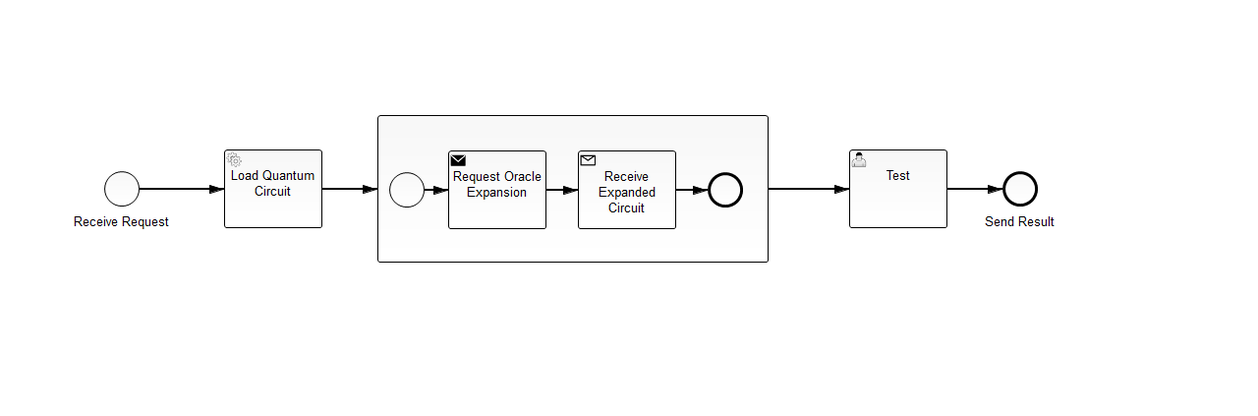
Earlier version of the BPMN export process-model/src/main/resources/simons-algorithm.png (UST-QuAntiL/QuantME-UseCases). Its source is kept beside it as process-model/src/main/resources/simons-algorithm.bpmn. Ids are renumbered.
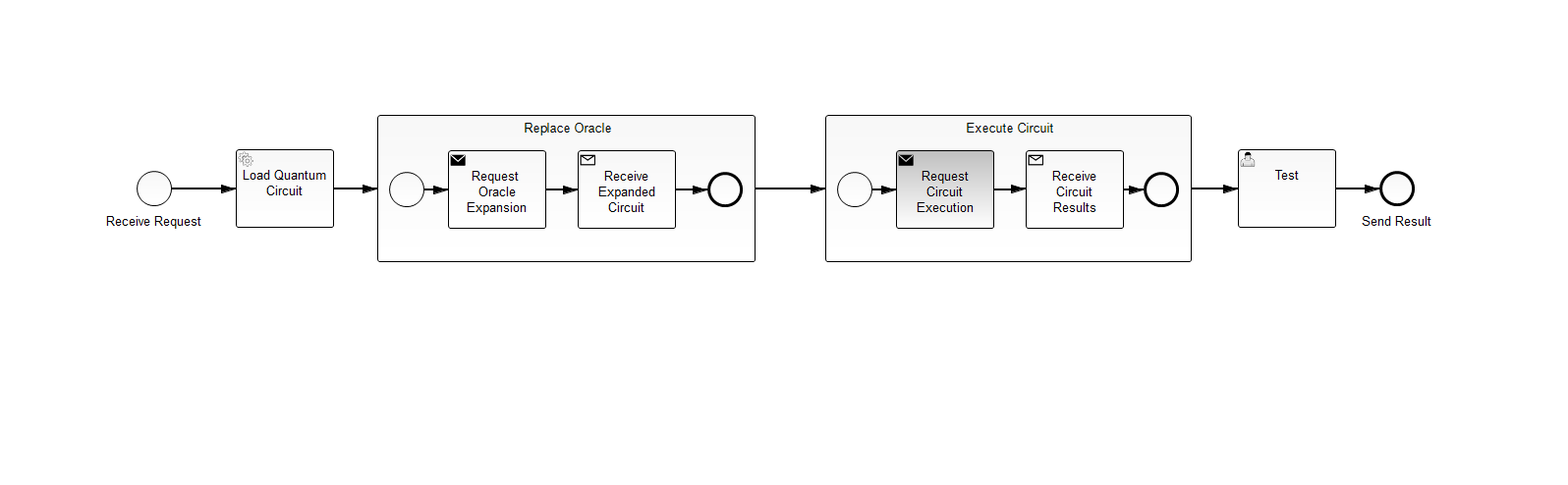
The same file after the commit.

Commit message:
Add first implementation of execution service

Diff of the diagram source:
```diff
@@ -1,24 +1,6 @@
 <bpmn2:definitions xmlns:xsi="http://www.w3.org/2001/XMLSchema-instance" xmlns:bpmn2="http://www.omg.org/spec/BPMN/20100524/MODEL" xmlns:bpmndi="http://www.omg.org/spec/BPMN/20100524/DI" xmlns:camunda="http://camunda.org/schema/1.0/bpmn" xmlns:dc="http://www.omg.org/spec/DD/20100524/DC" xmlns:di="http://www.omg.org/spec/DD/20100524/DI" xsi:schemaLocation="http://www.omg.org/spec/BPMN/20100524/MODEL BPMN20.xsd" id="_-u90QLojEeq3kdaVX7setA" exporter="camunda modeler" exporterVersion="3.0.0" targetNamespace="http://camunda.org/schema/1.0/bpmn">
   <bpmn2:process id="simons-algorithm" name="Simon's Algorithm" isExecutable="true">
-    <bpmn2:serviceTask id="ServiceTask_1" camunda:class="org.quantil.quantme.simon.tasks.LoadQuantumCircuitDelegate" name="Load Quantum&#xD;&#xA;Circuit">
-      <bpmn2:extensionElements>
-        <camunda:inputOutput>
-          <camunda:inputParameter name="URL">https://raw.githubusercontent.com/UST-QuAntiL/QuantME-UseCase/master/circuits/simon-base.py</camunda:inputParameter>
-          <camunda:outputParameter name="ServiceTask_1_CircuitId">${CircuitId}</camunda:outputParameter>
-          <camunda:outputParameter name="ServiceTask_1_QuantumCircuit">${QuantumCircuit}</camunda:outputParameter>
-          <camunda:outputParameter name="ServiceTask_1_ProgrammingLanguage">${ProgrammingLanguage}</camunda:outputParameter>
-          <camunda:outputParameter name="ServiceTask_1_ExecutionResult">${ExecutionResult}</camunda:outputParameter>
-        </camunda:inputOutput>
-      </bpmn2:extensionElements>
-      <bpmn2:incoming>SequenceFlow_1</bpmn2:incoming>
-      <bpmn2:outgoing>SequenceFlow_3</bpmn2:outgoing>
-    </bpmn2:serviceTask>
-    <bpmn2:sequenceFlow id="SequenceFlow_3" name="" sourceRef="ServiceTask_1" targetRef="SubProcess_1"/>
-    <bpmn2:startEvent id="StartEvent_1" camunda:formKey="embedded:app:forms/request-simons-algorithm.html" name="Receive Request">
-      <bpmn2:outgoing>SequenceFlow_1</bpmn2:outgoing>
-    </bpmn2:startEvent>
-    <bpmn2:sequenceFlow id="SequenceFlow_1" name="" sourceRef="StartEvent_1" targetRef="ServiceTask_1"/>
-    <bpmn2:subProcess id="SubProcess_1">
+    <bpmn2:subProcess id="SubProcess_1" name="Replace Oracle">
       <bpmn2:extensionElements>
         <camunda:inputOutput>
           <camunda:inputParameter name="QuantumProgrammingLanguage">Qiskit</camunda:inputParameter>
@@ -38,7 +20,7 @@
       <bpmn2:startEvent id="StartEvent_2">
         <bpmn2:outgoing>SequenceFlow_5</bpmn2:outgoing>
       </bpmn2:startEvent>
-      <bpmn2:sendTask id="SendTask_1" camunda:class="org.quantil.quantme.simon.tasks.RequestOracleExpansionTask" name="Request Oracle&#xD;&#xA;Expansion">
+      <bpmn2:sendTask id="SendTask_1" camunda:class="org.quantil.quantme.simon.tasks.RequestOracleExpansionTask" name="Request &#xD;&#xA;Oracle&#xD;&#xA;Expansion">
         <bpmn2:incoming>SequenceFlow_5</bpmn2:incoming>
         <bpmn2:outgoing>SequenceFlow_6</bpmn2:outgoing>
       </bpmn2:sendTask>
@@ -53,66 +35,122 @@
       </bpmn2:receiveTask>
       <bpmn2:sequenceFlow id="SequenceFlow_7" name="" sourceRef="ReceiveTask_1" targetRef="EndEvent_2"/>
     </bpmn2:subProcess>
-    <bpmn2:sequenceFlow id="SequenceFlow_4" name="" sourceRef="SubProcess_1" targetRef="UserTask_1"/>
+    <bpmn2:sequenceFlow id="SequenceFlow_4" name="" sourceRef="SubProcess_1" targetRef="SubProcess_2"/>
+    <bpmn2:subProcess id="SubProcess_2" name="Execute Circuit">
+      <bpmn2:extensionElements>
+        <camunda:inputOutput>
+          <camunda:inputParameter name="QuantumProgrammingLanguage">Qiskit</camunda:inputParameter>
+          <camunda:inputParameter name="Provider">IBM</camunda:inputParameter>
+          <camunda:inputParameter name="QPU">ibmq_rome</camunda:inputParameter>
+          <camunda:inputParameter name="CircuitId">${SubProcess_1_CircuitId}</camunda:inputParameter>
+          <camunda:inputParameter name="QuantumCircuit">${SubProcess_1_QuantumCircuit}</camunda:inputParameter>
+          <camunda:inputParameter name="ProgrammingLanguage">${SubProcess_1_ProgrammingLanguage}</camunda:inputParameter>
+          <camunda:inputParameter name="ExecutionResult">${SubProcess_1_ExecutionResult}</camunda:inputParameter>
+          <camunda:outputParameter name="SubProcess_2_CircuitId">${CircuitId}</camunda:outputParameter>
+          <camunda:outputParameter name="SubProcess_2_QuantumCircuit">${QuantumCircuit}</camunda:outputParameter>
+          <camunda:outputParameter name="SubProcess_2_ProgrammingLanguage">${ProgrammingLanguage}</camunda:outputParameter>
+          <camunda:outputParameter name="SubProcess_2_ExecutionResult">${ExecutionResult}</camunda:outputParameter>
+        </camunda:inputOutput>
+      </bpmn2:extensionElements>
+      <bpmn2:incoming>SequenceFlow_4</bpmn2:incoming>
+      <bpmn2:outgoing>SequenceFlow_8</bpmn2:outgoing>
+      <bpmn2:startEvent id="StartEvent_3">
+        <bpmn2:outgoing>SequenceFlow_9</bpmn2:outgoing>
+      </bpmn2:startEvent>
+      <bpmn2:sendTask id="SendTask_2" camunda:class="org.quantil.quantme.simon.tasks.RequestQuantumCircuitExecutionTask" name="Request&#xD;&#xA;Circuit&#xD;&#xA;Execution">
+        <bpmn2:incoming>SequenceFlow_9</bpmn2:incoming>
+        <bpmn2:outgoing>SequenceFlow_10</bpmn2:outgoing>
+      </bpmn2:sendTask>
+      <bpmn2:sequenceFlow id="SequenceFlow_9" name="" sourceRef="StartEvent_3" targetRef="SendTask_2"/>
+      <bpmn2:sequenceFlow id="SequenceFlow_10" name="" sourceRef="SendTask_2" targetRef="ReceiveTask_2"/>
+      <bpmn2:receiveTask id="ReceiveTask_2" name="Receive&#xD;&#xA;Circuit&#xD;&#xA;Results" messageRef="Message_n2">
+        <bpmn2:incoming>SequenceFlow_10</bpmn2:incoming>
+        <bpmn2:outgoing>SequenceFlow_11</bpmn2:outgoing>
+      </bpmn2:receiveTask>
+      <bpmn2:endEvent id="EndEvent_3">
+        <bpmn2:incoming>SequenceFlow_11</bpmn2:incoming>
+      </bpmn2:endEvent>
+      <bpmn2:sequenceFlow id="SequenceFlow_11" name="" sourceRef="ReceiveTask_2" targetRef="EndEvent_3"/>
+    </bpmn2:subProcess>
+    <bpmn2:sequenceFlow id="SequenceFlow_8" name="" sourceRef="SubProcess_2" targetRef="UserTask_1"/>
     <bpmn2:endEvent id="EndEvent_1" name="Send Result">
       <bpmn2:incoming>SequenceFlow_2</bpmn2:incoming>
     </bpmn2:endEvent>
+    <bpmn2:serviceTask id="ServiceTask_1" camunda:class="org.quantil.quantme.simon.tasks.LoadQuantumCircuitDelegate" name="Load Quantum&#xD;&#xA;Circuit">
+      <bpmn2:extensionElements>
+        <camunda:inputOutput>
+          <camunda:inputParameter name="URL">https://raw.githubusercontent.com/UST-QuAntiL/QuantME-UseCase/master/circuits/simon-base.py</camunda:inputParameter>
+          <camunda:outputParameter name="ServiceTask_1_CircuitId">${CircuitId}</camunda:outputParameter>
+          <camunda:outputParameter name="ServiceTask_1_QuantumCircuit">${QuantumCircuit}</camunda:outputParameter>
+          <camunda:outputParameter name="ServiceTask_1_ProgrammingLanguage">${ProgrammingLanguage}</camunda:outputParameter>
+          <camunda:outputParameter name="ServiceTask_1_ExecutionResult">${ExecutionResult}</camunda:outputParameter>
+        </camunda:inputOutput>
+      </bpmn2:extensionElements>
+      <bpmn2:incoming>SequenceFlow_1</bpmn2:incoming>
+      <bpmn2:outgoing>SequenceFlow_3</bpmn2:outgoing>
+    </bpmn2:serviceTask>
+    <bpmn2:sequenceFlow id="SequenceFlow_3" name="" sourceRef="ServiceTask_1" targetRef="SubProcess_1"/>
+    <bpmn2:startEvent id="StartEvent_1" camunda:formKey="embedded:app:forms/request-simons-algorithm.html" name="Receive Request">
+      <bpmn2:outgoing>SequenceFlow_1</bpmn2:outgoing>
+    </bpmn2:startEvent>
+    <bpmn2:sequenceFlow id="SequenceFlow_1" name="" sourceRef="StartEvent_1" targetRef="ServiceTask_1"/>
     <bpmn2:userTask id="UserTask_1" camunda:assignee="TestUser" name="Test">
-      <bpmn2:incoming>SequenceFlow_4</bpmn2:incoming>
+      <bpmn2:incoming>SequenceFlow_8</bpmn2:incoming>
       <bpmn2:outgoing>SequenceFlow_2</bpmn2:outgoing>
     </bpmn2:userTask>
     <bpmn2:sequenceFlow id="SequenceFlow_2" name="" sourceRef="UserTask_1" targetRef="EndEvent_1"/>
   </bpmn2:process>
-  <bpmn2:message id="Message_n1" name="requestOracleExpansionTask_${execution.processInstanceId}" />
+  <bpmn2:message id="Message_n1" name="requestOracleExpansionTask_${execution.processInstanceId}"/>
+  <bpmn2:message id="Message_n2" name="requestCircuitExecutionTask_${execution.processInstanceId}"/>
   <bpmndi:BPMNDiagram id="BPMNDiagram_1">
     <bpmndi:BPMNPlane id="BPMNPlane_1" bpmnElement="simons-algorithm">
       <bpmndi:BPMNShape id="_BPMNShape_StartEvent_2" bpmnElement="StartEvent_1">
-        <dc:Bounds height="36.0" width="36.0" x="106.0" y="174.0"/>
+        <dc:Bounds height="36.0" width="36.0" x="139.0" y="174.0"/>
         <bpmndi:BPMNLabel>
-          <dc:Bounds height="22.0" width="103.0" x="73.0" y="215.0"/>
+          <dc:Bounds height="22.0" width="103.0" x="106.0" y="215.0"/>
         </bpmndi:BPMNLabel>
       </bpmndi:BPMNShape>
       <bpmndi:BPMNShape id="_BPMNShape_UserTask_2" bpmnElement="UserTask_1">
-        <dc:Bounds height="80.0" width="100.0" x="864.0" y="152.0"/>
+        <dc:Bounds height="80.0" width="100.0" x="1260.0" y="152.0"/>
       </bpmndi:BPMNShape>
       <bpmndi:BPMNShape id="_BPMNShape_EndEvent_2" bpmnElement="EndEvent_1">
-        <dc:Bounds height="36.0" width="36.0" x="1020.0" y="174.0"/>
+        <dc:Bounds height="36.0" width="36.0" x="1404.0" y="174.0"/>
         <bpmndi:BPMNLabel>
-          <dc:Bounds height="22.0" width="77.0" x="1000.0" y="215.0"/>
+          <dc:Bounds height="22.0" width="77.0" x="1384.0" y="215.0"/>
         </bpmndi:BPMNLabel>
       </bpmndi:BPMNShape>
       <bpmndi:BPMNEdge id="BPMNEdge_SequenceFlow_1" bpmnElement="SequenceFlow_1" sourceElement="_BPMNShape_StartEvent_2" targetElement="_BPMNShape_ServiceTask_2">
-        <di:waypoint xsi:type="dc:Point" x="142.0" y="192.0"/>
-        <di:waypoint xsi:type="dc:Point" x="228.0" y="192.0"/>
+        <di:waypoint xsi:type="dc:Point" x="175.0" y="192.0"/>
+        <di:waypoint xsi:type="dc:Point" x="240.0" y="192.0"/>
         <bpmndi:BPMNLabel>
-          <dc:Bounds height="6.0" width="6.0" x="192.0" y="192.0"/>
+          <dc:Bounds height="6.0" width="6.0" x="225.0" y="192.0"/>
         </bpmndi:BPMNLabel>
       </bpmndi:BPMNEdge>
       <bpmndi:BPMNEdge id="BPMNEdge_SequenceFlow_2" bpmnElement="SequenceFlow_2" sourceElement="_BPMNShape_UserTask_2" targetElement="_BPMNShape_EndEvent_2">
-        <di:waypoint xsi:type="dc:Point" x="964.0" y="192.0"/>
-        <di:waypoint xsi:type="dc:Point" x="1020.0" y="192.0"/>
+        <di:waypoint xsi:type="dc:Point" x="1360.0" y="192.0"/>
+        <di:waypoint xsi:type="dc:Point" x="1404.0" y="192.0"/>
         <bpmndi:BPMNLabel>
-          <dc:Bounds height="6.0" width="6.0" x="990.0" y="192.0"/>
+          <dc:Bounds height="6.0" width="6.0" x="1365.0" y="192.0"/>
         </bpmndi:BPMNLabel>
       </bpmndi:BPMNEdge>
       <bpmndi:BPMNShape id="_BPMNShape_ServiceTask_2" bpmnElement="ServiceTask_1">
-        <dc:Bounds height="80.0" width="100.0" x="228.0" y="152.0"/>
+        <dc:Bounds height="80.0" width="100.0" x="240.0" y="152.0"/>
       </bpmndi:BPMNShape>
       <bpmndi:BPMNEdge id="BPMNEdge_SequenceFlow_3" bpmnElement="SequenceFlow_3" sourceElement="_BPMNShape_ServiceTask_2" targetElement="_BPMNShape_SubProcess_2">
-        <di:waypoint xsi:type="dc:Point" x="328.0" y="192.0"/>
+        <di:waypoint xsi:type="dc:Point" x="340.0" y="192.0"/>
         <di:waypoint xsi:type="dc:Point" x="384.0" y="192.0"/>
         <bpmndi:BPMNLabel>
-          <dc:Bounds height="6.0" width="6.0" x="359.0" y="192.0"/>
+          <dc:Bounds height="6.0" width="6.0" x="371.0" y="192.0"/>
         </bpmndi:BPMNLabel>
       </bpmndi:BPMNEdge>
       <bpmndi:BPMNShape id="_BPMNShape_SubProcess_2" bpmnElement="SubProcess_1" isExpanded="true">
-        <dc:Bounds height="150.0" width="398.0" x="384.0" y="117.0"/>
+        <dc:Bounds height="150.0" width="385.0" x="384.0" y="117.0"/>
       </bpmndi:BPMNShape>
-      <bpmndi:BPMNEdge id="BPMNEdge_SequenceFlow_4" bpmnElement="SequenceFlow_4" sourceElement="_BPMNShape_SubProcess_2" targetElement="_BPMNShape_UserTask_2">
-        <di:waypoint xsi:type="dc:Point" x="782.0" y="192.0"/>
-        <di:waypoint xsi:type="dc:Point" x="864.0" y="192.0"/>
+      <bpmndi:BPMNEdge id="BPMNEdge_SequenceFlow_4" bpmnElement="SequenceFlow_4" sourceElement="_BPMNShape_SubProcess_2" targetElement="_BPMNShape_SubProcess_3">
+        <di:waypoint xsi:type="dc:Point" x="768.0" y="192.0"/>
+        <di:waypoint xsi:type="dc:Point" x="840.0" y="192.0"/>
         <bpmndi:BPMNLabel>
-          <dc:Bounds height="6.0" width="6.0" x="803.0" y="192.0"/>
+          <dc:Bounds height="6.0" width="6.0" x="789.0" y="192.0"/>
         </bpmndi:BPMNLabel>
       </bpmndi:BPMNEdge>
       <bpmndi:BPMNShape id="_BPMNShape_StartEvent_3" bpmnElement="StartEvent_2">
@@ -154,6 +192,54 @@
           <dc:Bounds height="6.0" width="6.0" x="704.0" y="193.0"/>
         </bpmndi:BPMNLabel>
       </bpmndi:BPMNEdge>
+      <bpmndi:BPMNShape id="_BPMNShape_SubProcess_3" bpmnElement="SubProcess_2" isExpanded="true">
+        <dc:Bounds height="150.0" width="373.0" x="840.0" y="117.0"/>
+      </bpmndi:BPMNShape>
+      <bpmndi:BPMNEdge id="BPMNEdge_SequenceFlow_8" bpmnElement="SequenceFlow_8" sourceElement="_BPMNShape_SubProcess_3" targetElement="_BPMNShape_UserTask_2">
+        <di:waypoint xsi:type="dc:Point" x="1212.0" y="192.0"/>
+        <di:waypoint xsi:type="dc:Point" x="1260.0" y="192.0"/>
+        <bpmndi:BPMNLabel>
+          <dc:Bounds height="6.0" width="6.0" x="1214.0" y="192.0"/>
+        </bpmndi:BPMNLabel>
+      </bpmndi:BPMNEdge>
+      <bpmndi:BPMNShape id="_BPMNShape_StartEvent_4" bpmnElement="StartEvent_3">
+        <dc:Bounds height="36.0" width="36.0" x="852.0" y="175.0"/>
+        <bpmndi:BPMNLabel>
+          <dc:Bounds height="0.0" width="0.0" x="870.0" y="216.0"/>
+        </bpmndi:BPMNLabel>
+      </bpmndi:BPMNShape>
+      <bpmndi:BPMNShape id="_BPMNShape_SendTask_3" bpmnElement="SendTask_2">
+        <dc:Bounds height="80.0" width="100.0" x="912.0" y="153.0"/>
+      </bpmndi:BPMNShape>
+      <bpmndi:BPMNEdge id="BPMNEdge_SequenceFlow_9" bpmnElement="SequenceFlow_9" sourceElement="_BPMNShape_StartEvent_4" targetElement="_BPMNShape_SendTask_3">
+        <di:waypoint xsi:type="dc:Point" x="888.0" y="193.0"/>
+        <di:waypoint xsi:type="dc:Point" x="912.0" y="193.0"/>
+        <bpmndi:BPMNLabel>
+          <dc:Bounds height="6.0" width="6.0" x="897.0" y="193.0"/>
+        </bpmndi:BPMNLabel>
+      </bpmndi:BPMNEdge>
+      <bpmndi:BPMNShape id="_BPMNShape_ReceiveTask_3" bpmnElement="ReceiveTask_2">
+        <dc:Bounds height="80.0" width="100.0" x="1044.0" y="153.0"/>
+      </bpmndi:BPMNShape>
+      <bpmndi:BPMNEdge id="BPMNEdge_SequenceFlow_10" bpmnElement="SequenceFlow_10" sourceElement="_BPMNShape_SendTask_3" targetElement="_BPMNShape_ReceiveTask_3">
+        <di:waypoint xsi:type="dc:Point" x="1012.0" y="193.0"/>
+        <di:waypoint xsi:type="dc:Point" x="1030.0" y="193.0"/>
+        <di:waypoint xsi:type="dc:Point" x="1030.0" y="192.0"/>
+        <di:waypoint xsi:type="dc:Point" x="1044.0" y="192.0"/>
+        <bpmndi:BPMNLabel>
+          <dc:Bounds height="6.0" width="6.0" x="1027.0" y="193.0"/>
+        </bpmndi:BPMNLabel>
+      </bpmndi:BPMNEdge>
+      <bpmndi:BPMNShape id="_BPMNShape_EndEvent_4" bpmnElement="EndEvent_3">
+        <dc:Bounds height="36.0" width="36.0" x="1164.0" y="175.0"/>
+        <bpmndi:BPMNLabel>
+          <dc:Bounds height="0.0" width="0.0" x="1182.0" y="216.0"/>
+        </bpmndi:BPMNLabel>
+      </bpmndi:BPMNShape>
+      <bpmndi:BPMNEdge id="BPMNEdge_SequenceFlow_11" bpmnElement="SequenceFlow_11" sourceElement="_BPMNShape_ReceiveTask_3" targetElement="_BPMNShape_EndEvent_4">
+        <di:waypoint xsi:type="dc:Point" x="1144.0" y="193.0"/>
+        <di:waypoint xsi:type="dc:Point" x="1164.0" y="193.0"/>
+      </bpmndi:BPMNEdge>
     </bpmndi:BPMNPlane>
   </bpmndi:BPMNDiagram>
 </bpmn2:definitions>
```
